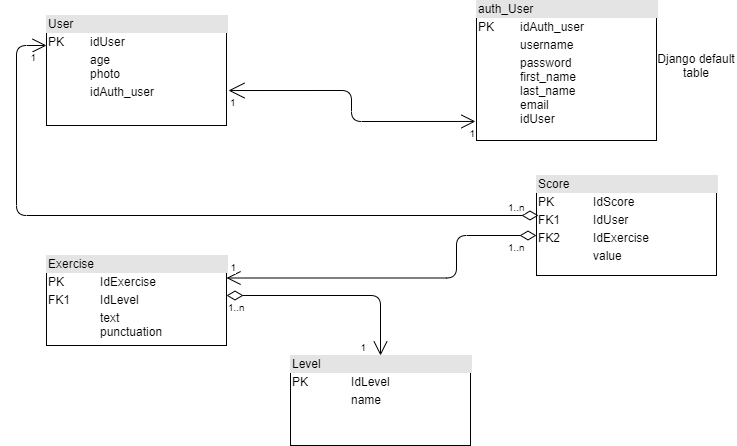
Before: Docs/DB_Diagram.png, a diagram exported from draw.io (KattyGZC/RPP). Source tidied: cells renumbered, new cells last; positions are measured from the earlier drawing's top-left corner, leaving out a move shared by most shapes.
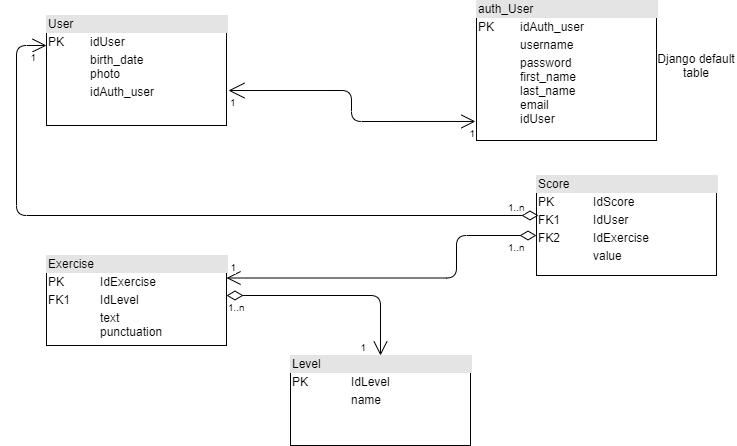
After the change.

Diff of the diagram source:
```diff
@@ -2,7 +2,7 @@
   <root>
     <mxCell id="0" />
     <mxCell id="1" parent="0" />
-    <mxCell id="2" value="&lt;div style=&quot;box-sizing: border-box ; width: 100% ; background: #e4e4e4 ; padding: 2px&quot;&gt;User&lt;/div&gt;&lt;table style=&quot;width: 100% ; font-size: 1em&quot; cellpadding=&quot;2&quot; cellspacing=&quot;0&quot;&gt;&lt;tbody&gt;&lt;tr&gt;&lt;td&gt;PK&lt;/td&gt;&lt;td&gt;idUser&lt;/td&gt;&lt;/tr&gt;&lt;tr&gt;&lt;td&gt;&lt;br&gt;&lt;/td&gt;&lt;td&gt;age&lt;br&gt;photo&lt;br&gt;&lt;/td&gt;&lt;/tr&gt;&lt;tr&gt;&lt;td&gt;&lt;/td&gt;&lt;td&gt;idAuth_user&lt;br&gt;&lt;br&gt;&lt;/td&gt;&lt;/tr&gt;&lt;/tbody&gt;&lt;/table&gt;" style="verticalAlign=top;align=left;overflow=fill;html=1;" parent="1" vertex="1">
+    <mxCell id="2" value="&lt;div style=&quot;box-sizing: border-box ; width: 100% ; background: #e4e4e4 ; padding: 2px&quot;&gt;User&lt;/div&gt;&lt;table style=&quot;width: 100% ; font-size: 1em&quot; cellpadding=&quot;2&quot; cellspacing=&quot;0&quot;&gt;&lt;tbody&gt;&lt;tr&gt;&lt;td&gt;PK&lt;/td&gt;&lt;td&gt;idUser&lt;/td&gt;&lt;/tr&gt;&lt;tr&gt;&lt;td&gt;&lt;br&gt;&lt;/td&gt;&lt;td&gt;birth_date&lt;br&gt;photo&lt;br&gt;&lt;/td&gt;&lt;/tr&gt;&lt;tr&gt;&lt;td&gt;&lt;/td&gt;&lt;td&gt;idAuth_user&lt;br&gt;&lt;br&gt;&lt;/td&gt;&lt;/tr&gt;&lt;/tbody&gt;&lt;/table&gt;" style="verticalAlign=top;align=left;overflow=fill;html=1;" parent="1" vertex="1">
       <mxGeometry x="30" y="15" width="180" height="110" as="geometry" />
     </mxCell>
     <mxCell id="3" value="&lt;div style=&quot;box-sizing: border-box ; width: 100% ; background: #e4e4e4 ; padding: 2px&quot;&gt;Level&lt;/div&gt;&lt;table style=&quot;width: 100% ; font-size: 1em&quot; cellpadding=&quot;2&quot; cellspacing=&quot;0&quot;&gt;&lt;tbody&gt;&lt;tr&gt;&lt;td&gt;PK&lt;/td&gt;&lt;td&gt;IdLevel&lt;/td&gt;&lt;/tr&gt;&lt;tr&gt;&lt;td&gt;&lt;br&gt;&lt;/td&gt;&lt;td&gt;name&lt;/td&gt;&lt;/tr&gt;&lt;tr&gt;&lt;td&gt;&lt;/td&gt;&lt;td&gt;&lt;br&gt;&lt;/td&gt;&lt;/tr&gt;&lt;/tbody&gt;&lt;/table&gt;" style="verticalAlign=top;align=left;overflow=fill;html=1;" parent="1" vertex="1">
```
